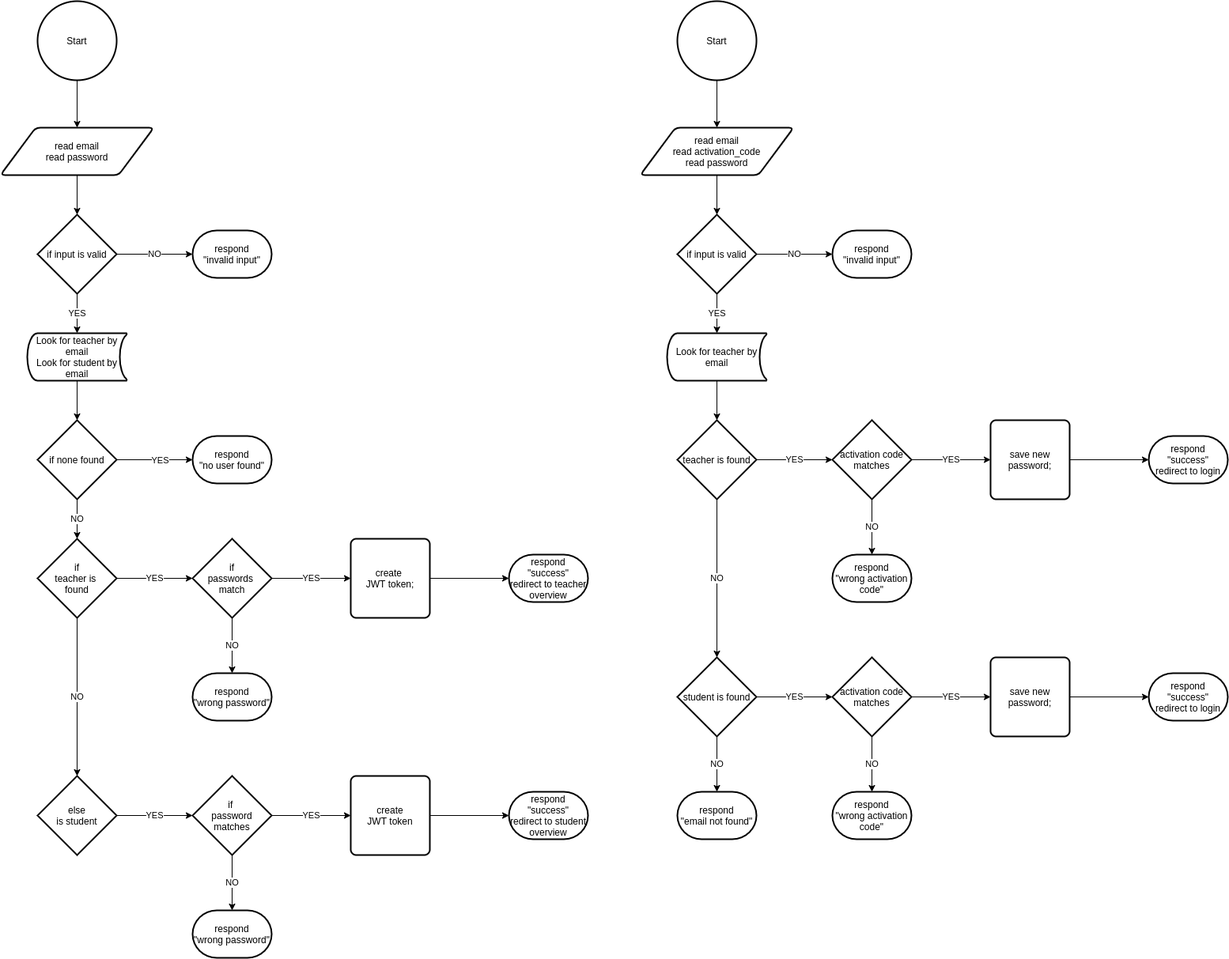
This is docs/auth-flowchart.drawio.png from stefanosAgelastos/multi-db-web-server, a draw.io export, as it was before one commit. Source tidied: cells renumbered, new cells last; positions are measured from the earlier drawing's top-left corner, leaving out a move shared by most shapes.
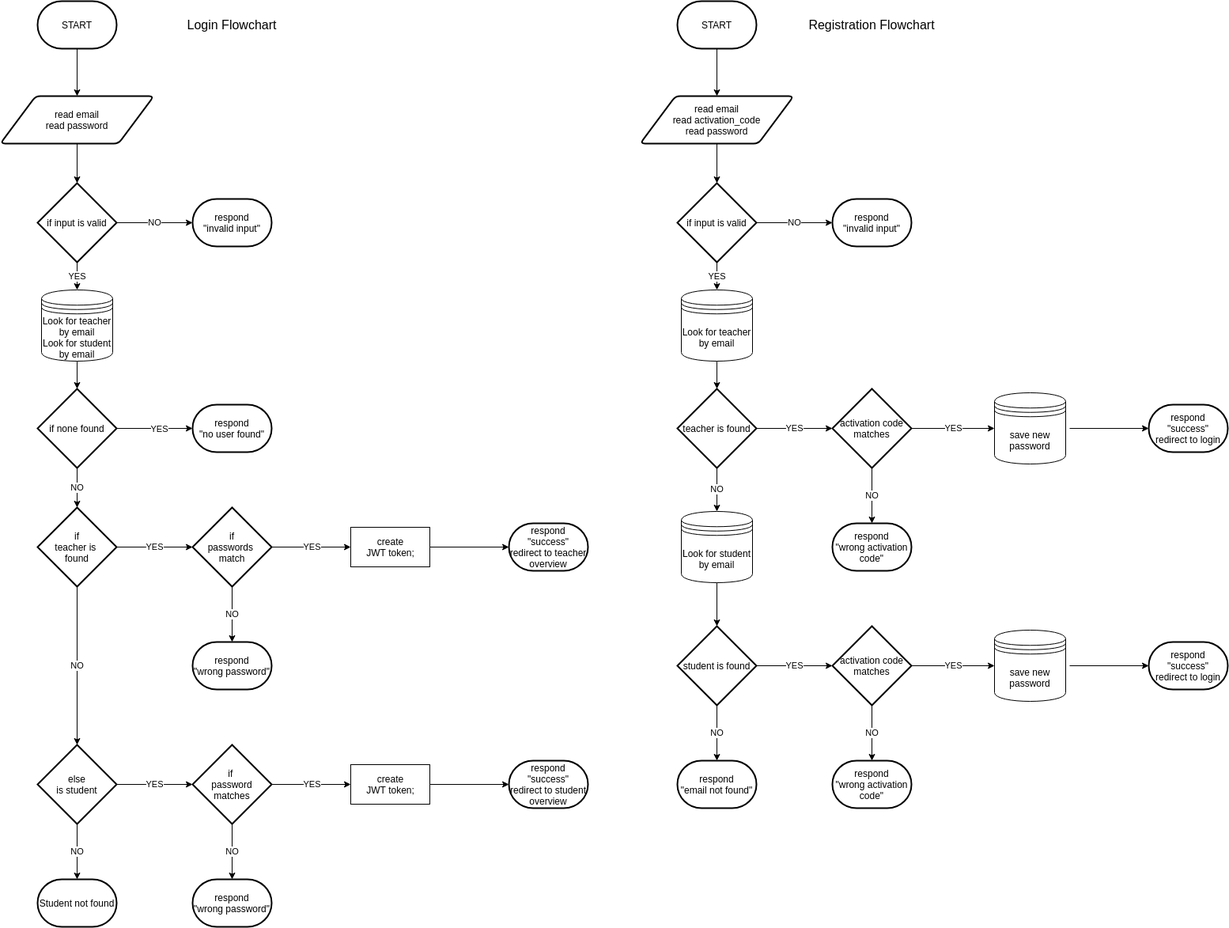
After the change.

Commit message:
review changes with Archana

Change to the diagram source:
```diff
@@ -2,12 +2,11 @@
   <root>
     <mxCell id="0" />
     <mxCell id="1" parent="0" />
-    <mxCell id="2" style="edgeStyle=orthogonalEdgeStyle;rounded=0;jettySize=auto;html=1;" parent="1" edge="1" source="3" target="5">
-      <mxGeometry relative="1" as="geometry" />
+    <mxCell id="2" style="edgeStyle=orthogonalEdgeStyle;rounded=0;jettySize=auto;html=1;" parent="1" edge="1" target="5">
+      <mxGeometry relative="1" as="geometry">
+        <mxPoint x="97" y="100" as="sourcePoint" />
+      </mxGeometry>
     </mxCell>
-    <mxCell id="3" value="Start" style="strokeWidth=2;html=1;shape=mxgraph.flowchart.start_2;whiteSpace=wrap;" parent="1" vertex="1">
-      <mxGeometry x="47" width="100" height="100" as="geometry" />
-    </mxCell>
     <mxCell id="4" style="edgeStyle=orthogonalEdgeStyle;rounded=0;jettySize=auto;html=1;entryX=0.5;entryY=0;entryDx=0;entryDy=0;entryPerimeter=0;" parent="1" edge="1" source="5" target="8">
       <mxGeometry relative="1" as="geometry" />
     </mxCell>
@@ -17,7 +16,7 @@
     <mxCell id="6" value="NO" style="edgeStyle=orthogonalEdgeStyle;rounded=0;jettySize=auto;html=1;" parent="1" edge="1" source="8" target="9">
       <mxGeometry relative="1" as="geometry" />
     </mxCell>
-    <mxCell id="7" value="YES" style="edgeStyle=orthogonalEdgeStyle;rounded=0;jettySize=auto;html=1;" parent="1" edge="1" source="8" target="34">
+    <mxCell id="7" value="YES" style="edgeStyle=orthogonalEdgeStyle;rounded=0;jettySize=auto;html=1;entryX=0.5;entryY=0;entryDx=0;entryDy=0;" parent="1" edge="1" source="8" target="34">
       <mxGeometry relative="1" as="geometry" />
     </mxCell>
     <mxCell id="8" value="if input is valid" style="strokeWidth=2;html=1;shape=mxgraph.flowchart.decision;whiteSpace=wrap;" parent="1" vertex="1">
@@ -26,12 +25,6 @@
     <mxCell id="9" value="respond&lt;br&gt;&quot;invalid input&quot;" style="strokeWidth=2;html=1;shape=mxgraph.flowchart.terminator;whiteSpace=wrap;" parent="1" vertex="1">
       <mxGeometry x="243" y="290" width="100" height="60" as="geometry" />
     </mxCell>
-    <mxCell id="10" style="edgeStyle=orthogonalEdgeStyle;rounded=0;jettySize=auto;html=1;" parent="1" edge="1" source="11" target="37">
-      <mxGeometry relative="1" as="geometry" />
-    </mxCell>
-    <mxCell id="11" value="Look for teacher by email" style="strokeWidth=2;html=1;shape=mxgraph.flowchart.stored_data;whiteSpace=wrap;" parent="1" vertex="1">
-      <mxGeometry x="843" y="420" width="126" height="60" as="geometry" />
-    </mxCell>
     <mxCell id="12" value="YES" style="edgeStyle=orthogonalEdgeStyle;rounded=0;jettySize=auto;html=1;entryX=0;entryY=0.5;entryDx=0;entryDy=0;entryPerimeter=0;" parent="1" edge="1" source="14" target="17">
       <mxGeometry relative="1" as="geometry" />
     </mxCell>
@@ -41,8 +34,10 @@
     <mxCell id="14" value="if&lt;br&gt;teacher is &lt;br&gt;found" style="strokeWidth=2;html=1;shape=mxgraph.flowchart.decision;whiteSpace=wrap;" parent="1" vertex="1">
       <mxGeometry x="47" y="680" width="100" height="100" as="geometry" />
     </mxCell>
-    <mxCell id="15" value="YES" style="edgeStyle=orthogonalEdgeStyle;rounded=0;jettySize=auto;html=1;entryX=0;entryY=0.5;entryDx=0;entryDy=0;" parent="1" edge="1" source="17" target="19">
-      <mxGeometry relative="1" as="geometry" />
+    <mxCell id="15" value="YES" style="edgeStyle=orthogonalEdgeStyle;rounded=0;jettySize=auto;html=1;entryX=0;entryY=0.5;entryDx=0;entryDy=0;" parent="1" edge="1" source="17">
+      <mxGeometry relative="1" as="geometry">
+        <mxPoint x="443" y="730" as="targetPoint" />
+      </mxGeometry>
     </mxCell>
     <mxCell id="16" value="NO" style="edgeStyle=orthogonalEdgeStyle;rounded=0;jettySize=auto;html=1;" parent="1" edge="1" source="17" target="63">
       <mxGeometry relative="1" as="geometry" />
@@ -50,23 +45,27 @@
     <mxCell id="17" value="if&lt;br&gt;passwords &lt;br&gt;match" style="strokeWidth=2;html=1;shape=mxgraph.flowchart.decision;whiteSpace=wrap;" parent="1" vertex="1">
       <mxGeometry x="243" y="680" width="100" height="100" as="geometry" />
     </mxCell>
-    <mxCell id="18" style="edgeStyle=orthogonalEdgeStyle;rounded=0;jettySize=auto;html=1;" parent="1" edge="1" source="19" target="20">
-      <mxGeometry relative="1" as="geometry" />
+    <mxCell id="18" style="edgeStyle=orthogonalEdgeStyle;rounded=0;jettySize=auto;html=1;" parent="1" edge="1" target="20">
+      <mxGeometry relative="1" as="geometry">
+        <mxPoint x="543" y="730" as="sourcePoint" />
+      </mxGeometry>
     </mxCell>
-    <mxCell id="19" value="create &lt;br&gt;JWT token;" style="rounded=1;whiteSpace=wrap;html=1;absoluteArcSize=1;arcSize=14;strokeWidth=2;" parent="1" vertex="1">
-      <mxGeometry x="443" y="680" width="100" height="100" as="geometry" />
-    </mxCell>
     <mxCell id="20" value="respond&lt;br&gt;&quot;success&quot;&lt;br&gt;redirect to teacher&lt;br&gt;overview" style="strokeWidth=2;html=1;shape=mxgraph.flowchart.terminator;whiteSpace=wrap;" parent="1" vertex="1">
       <mxGeometry x="643" y="700" width="100" height="60" as="geometry" />
     </mxCell>
     <mxCell id="21" value="YES" style="edgeStyle=orthogonalEdgeStyle;rounded=0;jettySize=auto;html=1;" parent="1" edge="1" source="22" target="25">
       <mxGeometry relative="1" as="geometry" />
     </mxCell>
+    <mxCell id="67" value="NO" style="edgeStyle=none;html=1;entryX=0.5;entryY=0;entryDx=0;entryDy=0;entryPerimeter=0;" parent="1" edge="1" source="22" target="78">
+      <mxGeometry relative="1" as="geometry" />
+    </mxCell>
     <mxCell id="22" value="else&lt;br&gt;is student" style="strokeWidth=2;html=1;shape=mxgraph.flowchart.decision;whiteSpace=wrap;" parent="1" vertex="1">
       <mxGeometry x="47" y="980" width="100" height="100" as="geometry" />
     </mxCell>
-    <mxCell id="23" value="YES" style="edgeStyle=orthogonalEdgeStyle;rounded=0;jettySize=auto;html=1;entryX=0;entryY=0.5;entryDx=0;entryDy=0;" parent="1" edge="1" source="25" target="27">
-      <mxGeometry relative="1" as="geometry" />
+    <mxCell id="23" value="YES" style="edgeStyle=orthogonalEdgeStyle;rounded=0;jettySize=auto;html=1;entryX=0;entryY=0.5;entryDx=0;entryDy=0;" parent="1" edge="1" source="25">
+      <mxGeometry relative="1" as="geometry">
+        <mxPoint x="443" y="1030" as="targetPoint" />
+      </mxGeometry>
     </mxCell>
     <mxCell id="24" value="NO" style="edgeStyle=orthogonalEdgeStyle;rounded=0;jettySize=auto;html=1;entryX=0.5;entryY=0;entryDx=0;entryDy=0;entryPerimeter=0;" parent="1" edge="1" source="25" target="64">
       <mxGeometry relative="1" as="geometry" />
@@ -74,19 +73,18 @@
     <mxCell id="25" value="if &lt;br&gt;password matches" style="strokeWidth=2;html=1;shape=mxgraph.flowchart.decision;whiteSpace=wrap;" parent="1" vertex="1">
       <mxGeometry x="243" y="980" width="100" height="100" as="geometry" />
     </mxCell>
-    <mxCell id="26" style="edgeStyle=orthogonalEdgeStyle;rounded=0;jettySize=auto;html=1;entryX=0;entryY=0.5;entryDx=0;entryDy=0;entryPerimeter=0;" parent="1" edge="1" source="27" target="28">
-      <mxGeometry relative="1" as="geometry" />
+    <mxCell id="26" style="edgeStyle=orthogonalEdgeStyle;rounded=0;jettySize=auto;html=1;entryX=0;entryY=0.5;entryDx=0;entryDy=0;entryPerimeter=0;" parent="1" edge="1" target="28">
+      <mxGeometry relative="1" as="geometry">
+        <mxPoint x="543" y="1030" as="sourcePoint" />
+      </mxGeometry>
     </mxCell>
-    <mxCell id="27" value="create&lt;br&gt;JWT token" style="rounded=1;whiteSpace=wrap;html=1;absoluteArcSize=1;arcSize=14;strokeWidth=2;" parent="1" vertex="1">
-      <mxGeometry x="443" y="980" width="100" height="100" as="geometry" />
-    </mxCell>
     <mxCell id="28" value="respond&lt;br&gt;&quot;success&quot;&lt;br&gt;redirect to student&lt;br&gt;overview" style="strokeWidth=2;html=1;shape=mxgraph.flowchart.terminator;whiteSpace=wrap;" parent="1" vertex="1">
       <mxGeometry x="643" y="1000" width="100" height="60" as="geometry" />
     </mxCell>
     <mxCell id="29" value="NO" style="edgeStyle=orthogonalEdgeStyle;rounded=0;jettySize=auto;html=1;" parent="1" edge="1" source="31" target="32">
       <mxGeometry relative="1" as="geometry" />
     </mxCell>
-    <mxCell id="30" value="YES" style="edgeStyle=orthogonalEdgeStyle;rounded=0;jettySize=auto;html=1;" parent="1" edge="1" source="31" target="11">
+    <mxCell id="30" value="YES" style="edgeStyle=none;html=1;" parent="1" edge="1" source="31" target="11">
       <mxGeometry relative="1" as="geometry" />
     </mxCell>
     <mxCell id="31" value="if input is valid" style="strokeWidth=2;html=1;shape=mxgraph.flowchart.decision;whiteSpace=wrap;" parent="1" vertex="1">
@@ -95,22 +93,19 @@
     <mxCell id="32" value="respond&lt;br&gt;&quot;invalid input&quot;" style="strokeWidth=2;html=1;shape=mxgraph.flowchart.terminator;whiteSpace=wrap;" parent="1" vertex="1">
       <mxGeometry x="1052" y="290" width="100" height="60" as="geometry" />
     </mxCell>
-    <mxCell id="33" style="edgeStyle=orthogonalEdgeStyle;rounded=0;jettySize=auto;html=1;" parent="1" edge="1" source="34" target="61">
+    <mxCell id="33" style="edgeStyle=orthogonalEdgeStyle;rounded=0;jettySize=auto;html=1;startArrow=none;" parent="1" edge="1" source="34" target="61">
       <mxGeometry relative="1" as="geometry" />
     </mxCell>
-    <mxCell id="34" value="Look for teacher by email&lt;br&gt;Look for student by email" style="strokeWidth=2;html=1;shape=mxgraph.flowchart.stored_data;whiteSpace=wrap;" parent="1" vertex="1">
-      <mxGeometry x="34" y="420" width="126" height="60" as="geometry" />
-    </mxCell>
     <mxCell id="35" value="YES" style="edgeStyle=orthogonalEdgeStyle;rounded=0;jettySize=auto;html=1;" parent="1" edge="1" source="37" target="40">
       <mxGeometry relative="1" as="geometry" />
     </mxCell>
-    <mxCell id="36" value="NO" style="edgeStyle=orthogonalEdgeStyle;rounded=0;jettySize=auto;html=1;" parent="1" edge="1" source="37" target="46">
-      <mxGeometry relative="1" as="geometry" />
-    </mxCell>
+    <mxCell id="68" value="NO" style="edgeStyle=none;html=1;entryX=0.5;entryY=0;entryDx=0;entryDy=0;" parent="1" edge="1" source="37" target="73">
+      <mxGeometry relative="1" as="geometry" />
+    </mxCell>
     <mxCell id="37" value="teacher is found" style="strokeWidth=2;html=1;shape=mxgraph.flowchart.decision;whiteSpace=wrap;" parent="1" vertex="1">
       <mxGeometry x="856" y="530" width="100" height="100" as="geometry" />
     </mxCell>
-    <mxCell id="38" value="YES" style="edgeStyle=orthogonalEdgeStyle;rounded=0;jettySize=auto;html=1;entryX=0;entryY=0.5;entryDx=0;entryDy=0;" parent="1" edge="1" source="40" target="42">
+    <mxCell id="38" value="YES" style="edgeStyle=orthogonalEdgeStyle;rounded=0;jettySize=auto;html=1;entryX=0;entryY=0.5;entryDx=0;entryDy=0;" parent="1" edge="1" source="40" target="74">
       <mxGeometry relative="1" as="geometry" />
     </mxCell>
     <mxCell id="39" value="NO" style="edgeStyle=orthogonalEdgeStyle;rounded=0;jettySize=auto;html=1;" parent="1" edge="1" source="40" target="65">
@@ -119,12 +114,11 @@
     <mxCell id="40" value="activation code matches" style="strokeWidth=2;html=1;shape=mxgraph.flowchart.decision;whiteSpace=wrap;" parent="1" vertex="1">
       <mxGeometry x="1052" y="530" width="100" height="100" as="geometry" />
     </mxCell>
-    <mxCell id="41" style="edgeStyle=orthogonalEdgeStyle;rounded=0;jettySize=auto;html=1;" parent="1" edge="1" source="42" target="43">
-      <mxGeometry relative="1" as="geometry" />
+    <mxCell id="41" style="edgeStyle=orthogonalEdgeStyle;rounded=0;jettySize=auto;html=1;" parent="1" edge="1" target="43">
+      <mxGeometry relative="1" as="geometry">
+        <mxPoint x="1352" y="580" as="sourcePoint" />
+      </mxGeometry>
     </mxCell>
-    <mxCell id="42" value="save new password;" style="rounded=1;whiteSpace=wrap;html=1;absoluteArcSize=1;arcSize=14;strokeWidth=2;" parent="1" vertex="1">
-      <mxGeometry x="1252" y="530" width="100" height="100" as="geometry" />
-    </mxCell>
     <mxCell id="43" value="respond&lt;br&gt;&quot;success&quot;&lt;br&gt;redirect to login" style="strokeWidth=2;html=1;shape=mxgraph.flowchart.terminator;whiteSpace=wrap;" parent="1" vertex="1">
       <mxGeometry x="1452" y="550" width="100" height="60" as="geometry" />
     </mxCell>
@@ -137,7 +131,7 @@
     <mxCell id="46" value="student is found" style="strokeWidth=2;html=1;shape=mxgraph.flowchart.decision;whiteSpace=wrap;" parent="1" vertex="1">
       <mxGeometry x="856" y="830" width="100" height="100" as="geometry" />
     </mxCell>
-    <mxCell id="47" value="YES" style="edgeStyle=orthogonalEdgeStyle;rounded=0;jettySize=auto;html=1;" parent="1" edge="1" source="49" target="51">
+    <mxCell id="47" value="YES" style="edgeStyle=orthogonalEdgeStyle;rounded=0;jettySize=auto;html=1;entryX=0;entryY=0.5;entryDx=0;entryDy=0;" parent="1" edge="1" source="49" target="75">
       <mxGeometry relative="1" as="geometry" />
     </mxCell>
     <mxCell id="48" value="NO" style="edgeStyle=orthogonalEdgeStyle;rounded=0;jettySize=auto;html=1;" parent="1" edge="1" source="49" target="66">
@@ -146,12 +140,11 @@
     <mxCell id="49" value="activation code matches" style="strokeWidth=2;html=1;shape=mxgraph.flowchart.decision;whiteSpace=wrap;" parent="1" vertex="1">
       <mxGeometry x="1052" y="830" width="100" height="100" as="geometry" />
     </mxCell>
-    <mxCell id="50" style="edgeStyle=orthogonalEdgeStyle;rounded=0;jettySize=auto;html=1;" parent="1" edge="1" source="51" target="52">
-      <mxGeometry relative="1" as="geometry" />
+    <mxCell id="50" style="edgeStyle=orthogonalEdgeStyle;rounded=0;jettySize=auto;html=1;" parent="1" edge="1" target="52">
+      <mxGeometry relative="1" as="geometry">
+        <mxPoint x="1352" y="880" as="sourcePoint" />
+      </mxGeometry>
     </mxCell>
-    <mxCell id="51" value="save new password;" style="rounded=1;whiteSpace=wrap;html=1;absoluteArcSize=1;arcSize=14;strokeWidth=2;" parent="1" vertex="1">
-      <mxGeometry x="1252" y="830" width="100" height="100" as="geometry" />
-    </mxCell>
     <mxCell id="52" value="respond&lt;br&gt;&quot;success&quot;&lt;br&gt;redirect to login" style="strokeWidth=2;html=1;shape=mxgraph.flowchart.terminator;whiteSpace=wrap;" parent="1" vertex="1">
       <mxGeometry x="1452" y="850" width="100" height="60" as="geometry" />
     </mxCell>
@@ -164,12 +157,11 @@
     <mxCell id="55" value="read email&lt;br&gt;read activation_code&lt;br&gt;read password" style="shape=parallelogram;html=1;strokeWidth=2;perimeter=parallelogramPerimeter;whiteSpace=wrap;rounded=1;arcSize=12;size=0.23;" parent="1" vertex="1">
       <mxGeometry x="809" y="160" width="194" height="60" as="geometry" />
     </mxCell>
-    <mxCell id="56" style="edgeStyle=orthogonalEdgeStyle;rounded=0;jettySize=auto;html=1;entryX=0.5;entryY=0;entryDx=0;entryDy=0;" parent="1" edge="1" source="57" target="55">
-      <mxGeometry relative="1" as="geometry" />
+    <mxCell id="56" style="edgeStyle=orthogonalEdgeStyle;rounded=0;jettySize=auto;html=1;entryX=0.5;entryY=0;entryDx=0;entryDy=0;" parent="1" edge="1" target="55">
+      <mxGeometry relative="1" as="geometry">
+        <mxPoint x="906" y="100" as="sourcePoint" />
+      </mxGeometry>
     </mxCell>
-    <mxCell id="57" value="Start" style="strokeWidth=2;html=1;shape=mxgraph.flowchart.start_2;whiteSpace=wrap;" parent="1" vertex="1">
-      <mxGeometry x="856" width="100" height="100" as="geometry" />
-    </mxCell>
     <mxCell id="58" style="edgeStyle=orthogonalEdgeStyle;rounded=0;jettySize=auto;html=1;" parent="1" edge="1" source="61" target="62">
       <mxGeometry relative="1" as="geometry" />
     </mxCell>
@@ -199,5 +191,50 @@
     <mxCell id="66" value="respond&lt;br&gt;&quot;wrong activation&lt;br&gt;code&quot;" style="strokeWidth=2;html=1;shape=mxgraph.flowchart.terminator;whiteSpace=wrap;" parent="1" vertex="1">
       <mxGeometry x="1052" y="1000" width="100" height="60" as="geometry" />
     </mxCell>
+    <mxCell id="34" value="&lt;span&gt;Look for teacher by email&lt;/span&gt;&lt;br&gt;&lt;span&gt;Look for student by email&lt;/span&gt;" style="shape=datastore;whiteSpace=wrap;html=1;" parent="1" vertex="1">
+      <mxGeometry x="52" y="405" width="90" height="90" as="geometry" />
+    </mxCell>
+    <mxCell id="69" style="edgeStyle=orthogonalEdgeStyle;rounded=0;orthogonalLoop=1;jettySize=auto;html=1;endArrow=none;exitX=0.5;exitY=1;exitDx=0;exitDy=0;" parent="1" edge="1" source="34" target="34">
+      <mxGeometry relative="1" as="geometry" />
+    </mxCell>
+    <mxCell id="10" style="edgeStyle=none;html=1;" parent="1" edge="1" source="11" target="37">
+      <mxGeometry relative="1" as="geometry" />
+    </mxCell>
+    <mxCell id="11" value="&lt;span&gt;Look for teacher by email&lt;/span&gt;" style="shape=datastore;whiteSpace=wrap;html=1;" parent="1" vertex="1">
+      <mxGeometry x="861" y="405" width="90" height="90" as="geometry" />
+    </mxCell>
+    <mxCell id="70" value="&lt;span&gt;create&lt;/span&gt;&lt;br&gt;&lt;span&gt;JWT token;&lt;/span&gt;" style="html=1;dashed=0;whitespace=wrap;" parent="1" vertex="1">
+      <mxGeometry x="443" y="705" width="100" height="50" as="geometry" />
+    </mxCell>
+    <mxCell id="71" value="&lt;span&gt;create&lt;/span&gt;&lt;br&gt;&lt;span&gt;JWT token;&lt;/span&gt;" style="html=1;dashed=0;whitespace=wrap;" parent="1" vertex="1">
+      <mxGeometry x="443" y="1005" width="100" height="50" as="geometry" />
+    </mxCell>
+    <mxCell id="72" style="edgeStyle=none;html=1;" parent="1" edge="1" source="73" target="46">
+      <mxGeometry relative="1" as="geometry" />
+    </mxCell>
+    <mxCell id="73" value="&lt;span&gt;Look for student by email&lt;/span&gt;" style="shape=datastore;whiteSpace=wrap;html=1;" parent="1" vertex="1">
+      <mxGeometry x="861" y="685" width="90" height="90" as="geometry" />
+    </mxCell>
+    <mxCell id="74" value="&lt;span&gt;save new password&lt;/span&gt;" style="shape=datastore;whiteSpace=wrap;html=1;" parent="1" vertex="1">
+      <mxGeometry x="1257" y="535" width="90" height="90" as="geometry" />
+    </mxCell>
+    <mxCell id="75" value="&lt;span&gt;save new password&lt;/span&gt;" style="shape=datastore;whiteSpace=wrap;html=1;" parent="1" vertex="1">
+      <mxGeometry x="1257" y="835" width="90" height="90" as="geometry" />
+    </mxCell>
+    <mxCell id="76" value="START" style="strokeWidth=2;html=1;shape=mxgraph.flowchart.terminator;whiteSpace=wrap;" parent="1" vertex="1">
+      <mxGeometry x="47" y="40" width="100" height="60" as="geometry" />
+    </mxCell>
+    <mxCell id="77" value="START" style="strokeWidth=2;html=1;shape=mxgraph.flowchart.terminator;whiteSpace=wrap;" parent="1" vertex="1">
+      <mxGeometry x="856" y="40" width="100" height="60" as="geometry" />
+    </mxCell>
+    <mxCell id="78" value="Student not found" style="strokeWidth=2;html=1;shape=mxgraph.flowchart.terminator;whiteSpace=wrap;" parent="1" vertex="1">
+      <mxGeometry x="47" y="1150" width="100" height="60" as="geometry" />
+    </mxCell>
+    <mxCell id="79" value="&lt;font style=&quot;font-size: 16px&quot;&gt;Login Flowchart&lt;/font&gt;" style="text;html=1;strokeColor=none;fillColor=none;align=center;verticalAlign=middle;whiteSpace=wrap;rounded=0;strokeWidth=0;" parent="1" vertex="1">
+      <mxGeometry x="208" y="60" width="170" height="20" as="geometry" />
+    </mxCell>
+    <mxCell id="80" value="&lt;font style=&quot;font-size: 16px&quot;&gt;Registration Flowchart&lt;/font&gt;" style="text;html=1;strokeColor=none;fillColor=none;align=center;verticalAlign=middle;whiteSpace=wrap;rounded=0;strokeWidth=0;" parent="1" vertex="1">
+      <mxGeometry x="1017" y="60" width="170" height="20" as="geometry" />
+    </mxCell>
   </root>
 </mxGraphModel>
```
